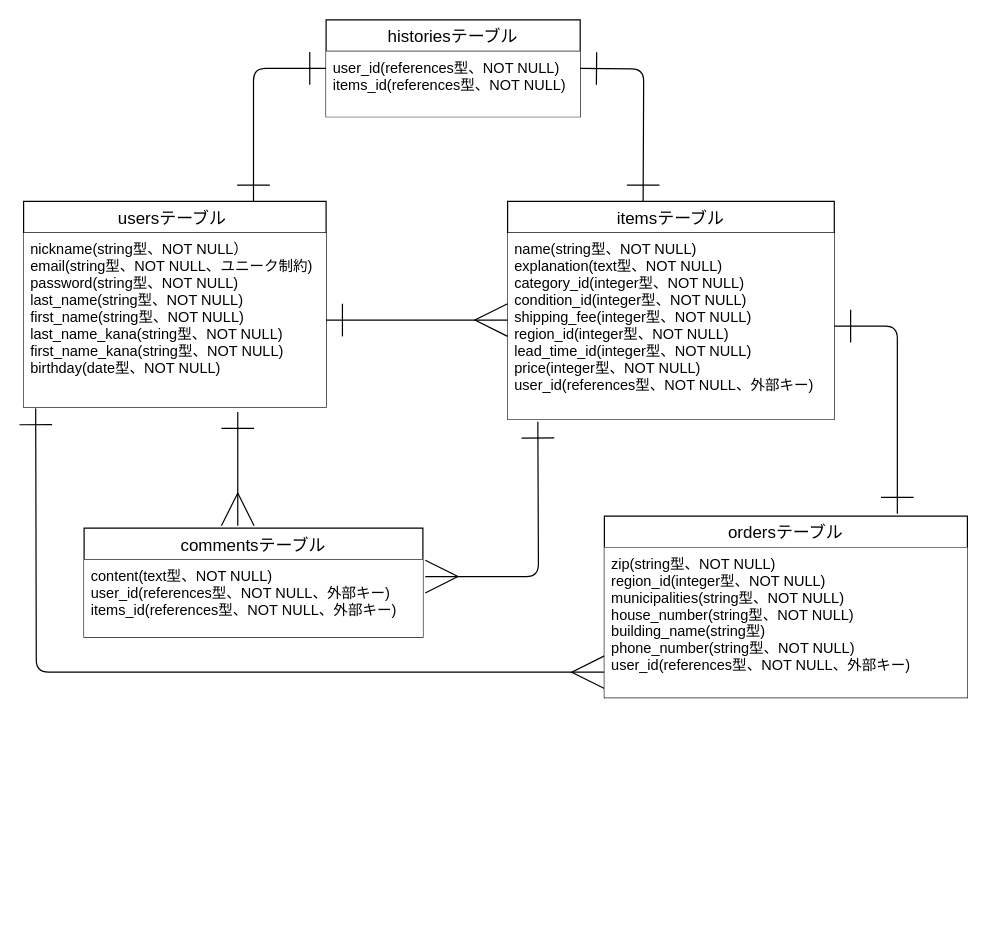
Before: ER図.dio in ritsu1022/furima-38953, a draw.io diagram. Source tidied: cells renumbered, new cells numbered last; positions are measured from the earlier drawing's top-left corner, leaving out a move shared by most shapes. Both pictures are drawn from the tidied source at 121%, with x=0, y=0 at pixel (23, 19).
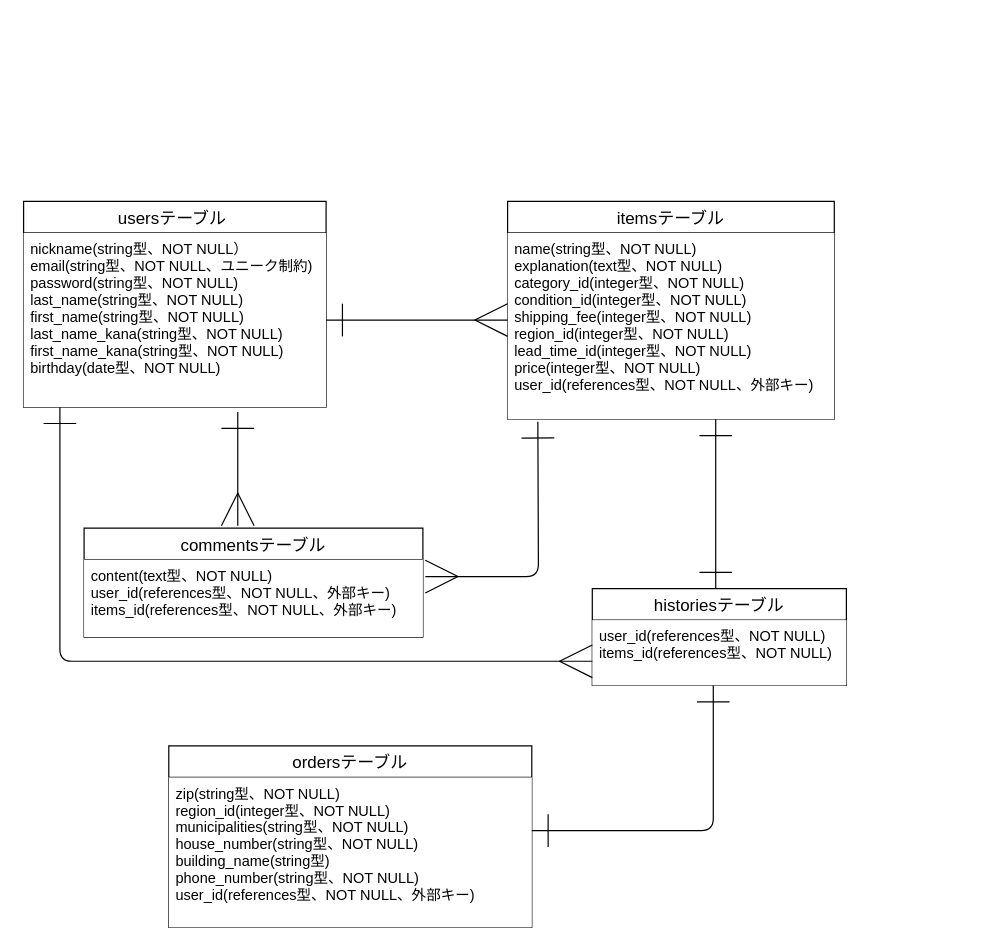
Above is the later version.

Unchanged cells that the change refers to:
```xml
<mxCell id="2" value="usersテーブル " style="swimlane;fontStyle=0;horizontal=1;startSize=26;align=center;fontSize=14;fillColor=#FFFFFF;" parent="1" vertex="1">
  <mxGeometry y="150" width="250" height="170" as="geometry" />
</mxCell>
<mxCell id="6" value="name(string型、NOT NULL)&#10;explanation(text型、NOT NULL)&#10;category_id(integer型、NOT NULL)&#10;condition_id(integer型、NOT NULL)&#10;shipping_fee(integer型、NOT NULL)&#10;region_id(integer型、NOT NULL)&#10;lead_time_id(integer型、NOT NULL)&#10;price(integer型、NOT NULL)&#10;user_id(references型、NOT NULL、外部キー)&#10;" style="text;strokeColor=none;fillColor=#FFFFFF;spacingLeft=4;spacingRight=4;overflow=hidden;points=[[0,0.5],[1,0.5]];portConstraint=eastwest;fontSize=12;" parent="5" vertex="1">
  <mxGeometry y="26" width="270" height="154" as="geometry" />
</mxCell>
<mxCell id="10" value="zip(string型、NOT NULL)&#10;region_id(integer型、NOT NULL)&#10;municipalities(string型、NOT NULL)&#10;house_number(string型、NOT NULL)&#10;building_name(string型)&#10;phone_number(string型、NOT NULL)&#10;user_id(references型、NOT NULL、外部キー)" style="text;strokeColor=none;fillColor=#FFFFFF;spacingLeft=4;spacingRight=4;overflow=hidden;points=[[0,0.5],[1,0.5]];portConstraint=eastwest;fontSize=12;" parent="9" vertex="1">
  <mxGeometry y="26" width="300" height="124" as="geometry" />
</mxCell>
```

Change to the diagram source:
```diff
@@
-    <mxCell id="4" style="html=1;exitX=0;exitY=0.5;exitDx=0;exitDy=0;entryX=0;entryY=0.831;entryDx=0;entryDy=0;entryPerimeter=0;strokeWidth=1;startArrow=ERone;startFill=0;endArrow=ERmany;endFill=0;startSize=25;endSize=25;edgeStyle=orthogonalEdgeStyle;fillColor=#FFFFFF;" parent="2" edge="1" target="10">
-      <mxGeometry relative="1" as="geometry">
-        <mxPoint x="10" y="171" as="sourcePoint" />
-      </mxGeometry>
-    </mxCell>
@@
     <mxCell id="9" value="ordersテーブル" style="swimlane;fontStyle=0;horizontal=1;startSize=26;align=center;fontSize=14;fillColor=#FFFFFF;" parent="1" vertex="1">
-      <mxGeometry x="480" y="410" width="300" height="150" as="geometry" />
+      <mxGeometry x="120" y="600" width="300" height="150" as="geometry" />
     </mxCell>
@@
-    <mxCell id="14" style="edgeStyle=orthogonalEdgeStyle;html=1;exitX=1;exitY=0.5;exitDx=0;exitDy=0;entryX=0.807;entryY=-0.013;entryDx=0;entryDy=0;entryPerimeter=0;strokeWidth=1;startArrow=ERone;startFill=0;endArrow=ERone;endFill=0;startSize=25;endSize=25;fillColor=#FFFFFF;" parent="1" edge="1" source="6" target="9">
-      <mxGeometry relative="1" as="geometry" />
-    </mxCell>
     <mxCell id="15" value="historiesテーブル" style="swimlane;fontStyle=0;horizontal=1;startSize=26;align=center;fontSize=14;fillColor=#FFFFFF;" parent="1" vertex="1">
-      <mxGeometry x="250" width="210" height="80" as="geometry" />
+      <mxGeometry x="470" y="470" width="210" height="80" as="geometry" />
     </mxCell>
@@
-    <mxCell id="17" style="edgeStyle=orthogonalEdgeStyle;html=1;exitX=1;exitY=0.5;exitDx=0;exitDy=0;strokeWidth=1;startArrow=ERone;startFill=0;endArrow=ERone;endFill=0;startSize=25;endSize=25;fillColor=#FFFFFF;" parent="1" edge="1">
-      <mxGeometry relative="1" as="geometry">
-        <mxPoint x="460" y="40" as="sourcePoint" />
-        <mxPoint x="512" y="150" as="targetPoint" />
-      </mxGeometry>
-    </mxCell>
-    <mxCell id="18" style="edgeStyle=orthogonalEdgeStyle;html=1;exitX=1;exitY=0.5;exitDx=0;exitDy=0;strokeWidth=1;startArrow=ERone;startFill=0;endArrow=ERone;endFill=0;startSize=25;endSize=25;fillColor=#FFFFFF;" parent="1" edge="1">
-      <mxGeometry relative="1" as="geometry">
-        <mxPoint x="250" y="40" as="sourcePoint" />
-        <mxPoint x="190" y="150" as="targetPoint" />
-        <Array as="points">
-          <mxPoint x="190" y="40" />
-        </Array>
-      </mxGeometry>
-    </mxCell>
+    <mxCell id="19" style="html=1;strokeWidth=1;startArrow=ERone;startFill=0;endArrow=ERmany;endFill=0;startSize=25;endSize=25;edgeStyle=orthogonalEdgeStyle;entryX=0;entryY=0.75;entryDx=0;entryDy=0;fillColor=#FFFFFF;" parent="1" edge="1" target="15">
+      <mxGeometry relative="1" as="geometry">
+        <mxPoint x="30" y="320" as="sourcePoint" />
+        <Array as="points">
+          <mxPoint x="30" y="530" />
+        </Array>
+      </mxGeometry>
+    </mxCell>
+    <mxCell id="20" style="edgeStyle=orthogonalEdgeStyle;html=1;strokeWidth=1;startArrow=ERone;startFill=0;endArrow=ERone;endFill=0;startSize=25;endSize=25;fillColor=#FFFFFF;" parent="1" edge="1">
+      <mxGeometry relative="1" as="geometry">
+        <mxPoint x="572" y="330" as="sourcePoint" />
+        <mxPoint x="572" y="470" as="targetPoint" />
+        <Array as="points">
+          <mxPoint x="572" y="360" />
+        </Array>
+      </mxGeometry>
+    </mxCell>
+    <mxCell id="21" style="edgeStyle=orthogonalEdgeStyle;html=1;strokeWidth=1;startArrow=ERone;startFill=0;endArrow=ERone;endFill=0;startSize=25;endSize=25;fillColor=#FFFFFF;" parent="1" edge="1">
+      <mxGeometry relative="1" as="geometry">
+        <mxPoint x="570" y="550" as="sourcePoint" />
+        <mxPoint x="420" y="670" as="targetPoint" />
+        <Array as="points">
+          <mxPoint x="570" y="670" />
+        </Array>
+      </mxGeometry>
+    </mxCell>
```
